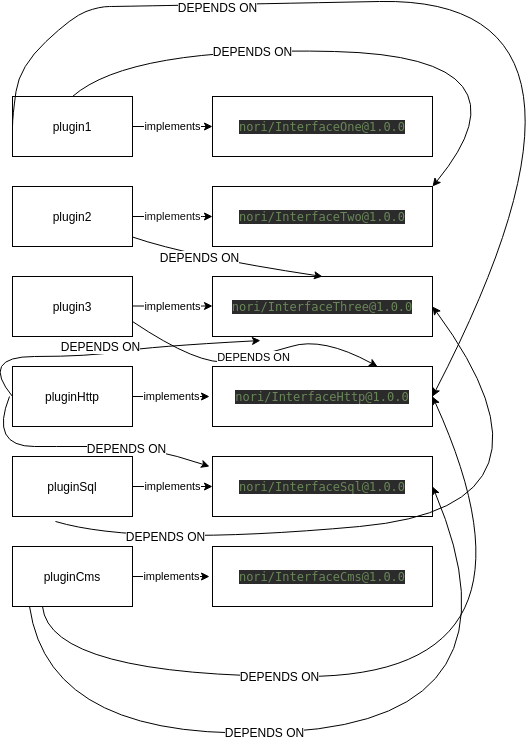
Earlier version of the draw.io export internal/dependency/schemes/TestDependencyGraph_SortWithRing2.png (secure2work/nori). Source tidied: cells renumbered, new cells last; positions are measured from the earlier drawing's top-left corner, leaving out a move shared by most shapes.
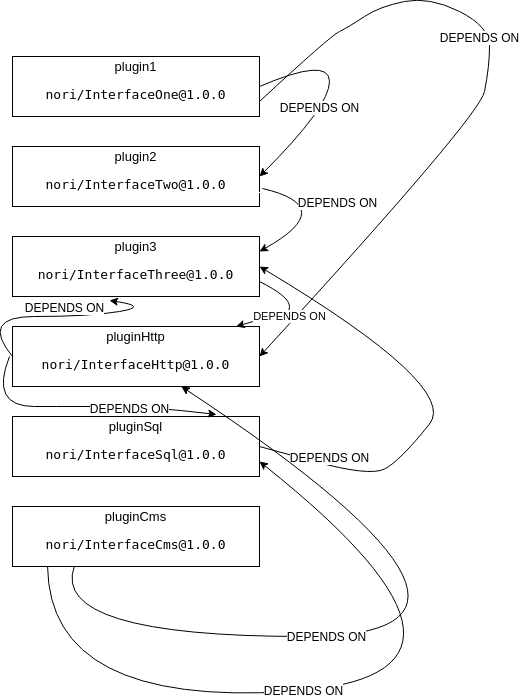
After the commit.

The edit, as a diff of the source:
```diff
@@ -2,105 +2,61 @@
   <root>
     <mxCell id="0" />
     <mxCell id="1" parent="0" />
-    <mxCell id="2" value="plugin1" style="rounded=0;whiteSpace=wrap;html=1;" parent="1" vertex="1">
-      <mxGeometry x="33" y="100" width="120" height="60" as="geometry" />
+    <mxCell id="2" value="plugin1&lt;br style=&quot;font-size: 13px;&quot;&gt;&lt;pre style=&quot;font-size: 13px; font-family: &amp;quot;dejavu sans mono&amp;quot;;&quot;&gt;&lt;span style=&quot;font-size: 13px;&quot;&gt;nori/InterfaceOne@1.0.0&lt;/span&gt;&lt;/pre&gt;" style="rounded=0;whiteSpace=wrap;html=1;labelBackgroundColor=#ffffff;fontColor=#000000;fontSize=13;" parent="1" vertex="1">
+      <mxGeometry x="33" y="100" width="247" height="60" as="geometry" />
     </mxCell>
-    <mxCell id="3" value="plugin2" style="rounded=0;whiteSpace=wrap;html=1;" parent="1" vertex="1">
-      <mxGeometry x="33" y="190" width="120" height="60" as="geometry" />
+    <mxCell id="3" value="plugin2&lt;br style=&quot;font-size: 13px;&quot;&gt;&lt;pre style=&quot;font-size: 13px; font-family: &amp;quot;dejavu sans mono&amp;quot;;&quot;&gt;&lt;span style=&quot;font-size: 13px;&quot;&gt;nori/InterfaceTwo@1.0.0&lt;/span&gt;&lt;/pre&gt;" style="rounded=0;whiteSpace=wrap;html=1;labelBackgroundColor=#ffffff;fontColor=#000000;fontSize=13;" parent="1" vertex="1">
+      <mxGeometry x="33" y="190" width="247" height="60" as="geometry" />
     </mxCell>
-    <mxCell id="4" value="plugin3" style="rounded=0;whiteSpace=wrap;html=1;" parent="1" vertex="1">
-      <mxGeometry x="33" y="280" width="120" height="60" as="geometry" />
+    <mxCell id="4" value="plugin3&lt;br style=&quot;font-size: 13px;&quot;&gt;&lt;pre style=&quot;font-size: 13px; font-family: &amp;quot;dejavu sans mono&amp;quot;;&quot;&gt;&lt;span style=&quot;font-size: 13px;&quot;&gt;nori/InterfaceThree@1.0.0&lt;/span&gt;&lt;/pre&gt;" style="rounded=0;whiteSpace=wrap;html=1;labelBackgroundColor=#ffffff;fontColor=#000000;fontSize=13;" parent="1" vertex="1">
+      <mxGeometry x="33" y="280" width="247" height="60" as="geometry" />
     </mxCell>
-    <mxCell id="5" value="pluginHttp" style="rounded=0;whiteSpace=wrap;html=1;" parent="1" vertex="1">
-      <mxGeometry x="33" y="370" width="120" height="60" as="geometry" />
+    <mxCell id="5" value="pluginHttp&lt;br style=&quot;font-size: 13px;&quot;&gt;&lt;pre style=&quot;font-size: 13px; font-family: &amp;quot;dejavu sans mono&amp;quot;;&quot;&gt;&lt;span style=&quot;font-size: 13px;&quot;&gt;nori/InterfaceHttp@1.0.0&lt;/span&gt;&lt;/pre&gt;" style="rounded=0;whiteSpace=wrap;html=1;labelBackgroundColor=#ffffff;fontColor=#000000;fontSize=13;" parent="1" vertex="1">
+      <mxGeometry x="33" y="370" width="247" height="60" as="geometry" />
     </mxCell>
-    <mxCell id="6" value="implements" style="endArrow=classic;html=1;exitX=1;exitY=0.5;exitDx=0;exitDy=0;" parent="1" edge="1" source="5">
-      <mxGeometry relative="1" as="geometry">
-        <mxPoint x="230" y="400" as="targetPoint" />
-      </mxGeometry>
-    </mxCell>
-    <mxCell id="7" value="&lt;pre style=&quot;background-color: rgb(43 , 43 , 43) ; font-family: &amp;#34;dejavu sans mono&amp;#34; ; font-size: 9pt&quot;&gt;&lt;pre style=&quot;color: rgb(169 , 183 , 198) ; font-family: &amp;#34;dejavu sans mono&amp;#34; ; font-size: 9pt&quot;&gt;&lt;pre style=&quot;font-family: &amp;#34;dejavu sans mono&amp;#34; ; font-size: 9pt&quot;&gt;&lt;span style=&quot;color: #6a8759&quot;&gt;nori/InterfaceOne@1.0.0&lt;/span&gt;&lt;/pre&gt;&lt;/pre&gt;&lt;/pre&gt;" style="rounded=0;html=1;fontColor=#FFFFFF;whiteSpace=wrap;" parent="1" vertex="1">
-      <mxGeometry x="233" y="100" width="220" height="60" as="geometry" />
-    </mxCell>
-    <mxCell id="8" value="implements" style="endArrow=classic;html=1;exitX=1;exitY=0.5;exitDx=0;exitDy=0;entryX=0;entryY=0.5;entryDx=0;entryDy=0;" parent="1" edge="1" source="2" target="7">
-      <mxGeometry relative="1" as="geometry" />
-    </mxCell>
     <mxCell id="9" value="Text" style="text;html=1;align=center;verticalAlign=middle;points=[];fontColor=#FFFFFF;" parent="1" vertex="1">
       <mxGeometry x="266" y="230" width="40" height="20" as="geometry" />
     </mxCell>
-    <mxCell id="10" value="&lt;pre style=&quot;background-color: rgb(43 , 43 , 43) ; font-family: &amp;#34;dejavu sans mono&amp;#34; ; font-size: 9pt&quot;&gt;&lt;pre style=&quot;color: rgb(169 , 183 , 198) ; font-family: &amp;#34;dejavu sans mono&amp;#34; ; font-size: 9pt&quot;&gt;&lt;pre style=&quot;font-family: &amp;#34;dejavu sans mono&amp;#34; ; font-size: 9pt&quot;&gt;&lt;span style=&quot;color: #6a8759&quot;&gt;nori/InterfaceTwo@1.0.0&lt;/span&gt;&lt;/pre&gt;&lt;/pre&gt;&lt;/pre&gt;" style="rounded=0;html=1;fontColor=#FFFFFF;whiteSpace=wrap;" parent="1" vertex="1">
-      <mxGeometry x="233" y="190" width="220" height="60" as="geometry" />
-    </mxCell>
-    <mxCell id="11" value="&lt;pre style=&quot;background-color: rgb(43 , 43 , 43) ; font-family: &amp;#34;dejavu sans mono&amp;#34; ; font-size: 9pt&quot;&gt;&lt;pre style=&quot;color: rgb(169 , 183 , 198) ; font-family: &amp;#34;dejavu sans mono&amp;#34; ; font-size: 9pt&quot;&gt;&lt;pre style=&quot;font-family: &amp;#34;dejavu sans mono&amp;#34; ; font-size: 9pt&quot;&gt;&lt;span style=&quot;color: #6a8759&quot;&gt;nori/InterfaceThree@1.0.0&lt;/span&gt;&lt;/pre&gt;&lt;/pre&gt;&lt;/pre&gt;" style="rounded=0;html=1;fontColor=#FFFFFF;whiteSpace=wrap;" parent="1" vertex="1">
-      <mxGeometry x="233" y="280" width="220" height="60" as="geometry" />
-    </mxCell>
-    <mxCell id="12" value="&lt;pre style=&quot;background-color: rgb(43 , 43 , 43) ; font-family: &amp;#34;dejavu sans mono&amp;#34; ; font-size: 9pt&quot;&gt;&lt;pre style=&quot;color: rgb(169 , 183 , 198) ; font-family: &amp;#34;dejavu sans mono&amp;#34; ; font-size: 9pt&quot;&gt;&lt;pre style=&quot;font-family: &amp;#34;dejavu sans mono&amp;#34; ; font-size: 9pt&quot;&gt;&lt;span style=&quot;color: #6a8759&quot;&gt;nori/InterfaceHttp@1.0.0&lt;/span&gt;&lt;/pre&gt;&lt;/pre&gt;&lt;/pre&gt;" style="rounded=0;html=1;fontColor=#FFFFFF;whiteSpace=wrap;" parent="1" vertex="1">
-      <mxGeometry x="233" y="370" width="220" height="60" as="geometry" />
-    </mxCell>
-    <mxCell id="13" value="implements" style="endArrow=classic;html=1;fontColor=#0F0F0F;exitX=1;exitY=0.5;exitDx=0;exitDy=0;entryX=0;entryY=0.5;entryDx=0;entryDy=0;" parent="1" edge="1" source="3" target="10">
-      <mxGeometry relative="1" as="geometry">
-        <Array as="points">
-          <mxPoint x="233" y="220" />
-        </Array>
-      </mxGeometry>
-    </mxCell>
-    <mxCell id="14" value="implements" style="endArrow=classic;html=1;fontColor=#000000;exitX=1;exitY=0.5;exitDx=0;exitDy=0;entryX=0;entryY=0.5;entryDx=0;entryDy=0;" parent="1" edge="1">
-      <mxGeometry relative="1" as="geometry">
-        <mxPoint x="153" y="309.5" as="sourcePoint" />
-        <mxPoint x="233" y="309.5" as="targetPoint" />
-        <Array as="points">
-          <mxPoint x="233" y="309.5" />
-        </Array>
-      </mxGeometry>
-    </mxCell>
-    <mxCell id="15" value="pluginSql" style="rounded=0;whiteSpace=wrap;html=1;" parent="1" vertex="1">
-      <mxGeometry x="33" y="460" width="120" height="60" as="geometry" />
+    <mxCell id="15" value="pluginSql&lt;br style=&quot;font-size: 13px;&quot;&gt;&lt;pre style=&quot;font-size: 13px; font-family: &amp;quot;dejavu sans mono&amp;quot;;&quot;&gt;&lt;span style=&quot;font-size: 13px;&quot;&gt;nori/InterfaceSql@1.0.0&lt;/span&gt;&lt;/pre&gt;" style="rounded=0;whiteSpace=wrap;html=1;labelBackgroundColor=#ffffff;fontColor=#000000;fontSize=13;" parent="1" vertex="1">
+      <mxGeometry x="33" y="460" width="247" height="60" as="geometry" />
     </mxCell>
-    <mxCell id="16" value="implements" style="endArrow=classic;html=1;exitX=1;exitY=0.5;exitDx=0;exitDy=0;entryX=0;entryY=0.5;entryDx=0;entryDy=0;" parent="1" edge="1" source="15" target="17">
-      <mxGeometry relative="1" as="geometry" />
-    </mxCell>
-    <mxCell id="17" value="&lt;pre style=&quot;background-color: rgb(43 , 43 , 43) ; font-family: &amp;#34;dejavu sans mono&amp;#34; ; font-size: 9pt&quot;&gt;&lt;pre style=&quot;color: rgb(169 , 183 , 198) ; font-family: &amp;#34;dejavu sans mono&amp;#34; ; font-size: 9pt&quot;&gt;&lt;pre style=&quot;font-family: &amp;#34;dejavu sans mono&amp;#34; ; font-size: 9pt&quot;&gt;&lt;span style=&quot;color: #6a8759&quot;&gt;nori/InterfaceSql@1.0.0&lt;/span&gt;&lt;/pre&gt;&lt;/pre&gt;&lt;/pre&gt;" style="rounded=0;html=1;fontColor=#FFFFFF;whiteSpace=wrap;" parent="1" vertex="1">
-      <mxGeometry x="233" y="460" width="220" height="60" as="geometry" />
-    </mxCell>
-    <mxCell id="18" value="pluginCms" style="rounded=0;whiteSpace=wrap;html=1;" parent="1" vertex="1">
-      <mxGeometry x="33" y="550" width="120" height="60" as="geometry" />
+    <mxCell id="18" value="pluginCms&lt;br style=&quot;font-size: 13px;&quot;&gt;&lt;pre style=&quot;font-size: 13px; font-family: &amp;quot;dejavu sans mono&amp;quot;;&quot;&gt;&lt;span style=&quot;font-size: 13px;&quot;&gt;nori/InterfaceCms@1.0.0&lt;/span&gt;&lt;/pre&gt;" style="rounded=0;whiteSpace=wrap;html=1;labelBackgroundColor=#ffffff;fontColor=#000000;fontSize=13;" parent="1" vertex="1">
+      <mxGeometry x="33" y="550" width="247" height="60" as="geometry" />
     </mxCell>
-    <mxCell id="19" value="implements" style="endArrow=classic;html=1;exitX=1;exitY=0.5;exitDx=0;exitDy=0;" parent="1" edge="1" source="18">
-      <mxGeometry relative="1" as="geometry">
-        <mxPoint x="230" y="580" as="targetPoint" />
-      </mxGeometry>
-    </mxCell>
-    <mxCell id="20" value="&lt;pre style=&quot;background-color: rgb(43 , 43 , 43) ; font-family: &amp;#34;dejavu sans mono&amp;#34; ; font-size: 9pt&quot;&gt;&lt;pre style=&quot;color: rgb(169 , 183 , 198) ; font-family: &amp;#34;dejavu sans mono&amp;#34; ; font-size: 9pt&quot;&gt;&lt;pre style=&quot;font-family: &amp;#34;dejavu sans mono&amp;#34; ; font-size: 9pt&quot;&gt;&lt;span style=&quot;color: #6a8759&quot;&gt;nori/InterfaceCms@1.0.0&lt;/span&gt;&lt;/pre&gt;&lt;/pre&gt;&lt;/pre&gt;" style="rounded=0;html=1;fontColor=#FFFFFF;whiteSpace=wrap;" parent="1" vertex="1">
-      <mxGeometry x="233" y="550" width="220" height="60" as="geometry" />
-    </mxCell>
-    <mxCell id="21" style="curved=1;endArrow=classic;html=1;exitX=0.5;exitY=0;exitDx=0;exitDy=0;entryX=1;entryY=0;entryDx=0;entryDy=0;" parent="1" edge="1" source="2" target="10">
+    <mxCell id="21" style="curved=1;endArrow=classic;html=1;exitX=1;exitY=0.5;exitDx=0;exitDy=0;entryX=1;entryY=0.5;entryDx=0;entryDy=0;" parent="1" edge="1" source="2" target="3">
       <mxGeometry relative="1" as="geometry">
         <Array as="points">
-          <mxPoint x="150" y="50" />
-          <mxPoint x="560" y="60" />
+          <mxPoint x="350" y="100" />
+          <mxPoint x="350" y="150" />
         </Array>
       </mxGeometry>
     </mxCell>
     <mxCell id="22" value="DEPENDS ON" style="text;html=1;align=center;verticalAlign=middle;labelBackgroundColor=#ffffff;" parent="21" vertex="1">
-      <mxGeometry x="-0.4" y="-2" relative="1" as="geometry" />
+      <mxGeometry x="-0.4" y="-2" relative="1" as="geometry">
+        <mxPoint x="-3.3" y="45" as="offset" />
+      </mxGeometry>
     </mxCell>
-    <mxCell id="23" style="curved=1;endArrow=classic;html=1;exitX=0;exitY=0.5;exitDx=0;exitDy=0;entryX=1;entryY=0.5;entryDx=0;entryDy=0;" parent="1" edge="1" source="2" target="12">
+    <mxCell id="23" style="curved=1;endArrow=classic;html=1;exitX=1;exitY=0.75;exitDx=0;exitDy=0;entryX=1;entryY=0.5;entryDx=0;entryDy=0;" parent="1" edge="1" source="2" target="5">
       <mxGeometry relative="1" as="geometry">
         <Array as="points">
-          <mxPoint x="33" y="120" />
-          <mxPoint x="40" y="70" />
-          <mxPoint x="93" y="20" />
-          <mxPoint x="120" y="10" />
-          <mxPoint x="140" y="10" />
-          <mxPoint x="660" />
+          <mxPoint x="350" y="80" />
+          <mxPoint x="370" y="70" />
+          <mxPoint x="400" y="50" />
+          <mxPoint x="450" y="40" />
+          <mxPoint x="510" y="70" />
+          <mxPoint x="510" y="110" />
+          <mxPoint x="500" y="160" />
         </Array>
       </mxGeometry>
     </mxCell>
     <mxCell id="24" value="DEPENDS ON" style="text;html=1;align=center;verticalAlign=middle;labelBackgroundColor=#ffffff;" parent="23" vertex="1">
-      <mxGeometry x="-0.51" y="-2" relative="1" as="geometry" />
+      <mxGeometry x="-0.51" y="-2" relative="1" as="geometry">
+        <mxPoint x="86.8" y="30.6" as="offset" />
+      </mxGeometry>
     </mxCell>
-    <mxCell id="25" style="curved=1;endArrow=classic;html=1;exitX=0;exitY=0.5;exitDx=0;exitDy=0;entryX=0.218;entryY=1.067;entryDx=0;entryDy=0;entryPerimeter=0;" parent="1" edge="1" source="5" target="11">
+    <mxCell id="25" style="curved=1;endArrow=classic;html=1;exitX=0;exitY=0.5;exitDx=0;exitDy=0;" parent="1" edge="1" source="5">
       <mxGeometry relative="1" as="geometry">
+        <mxPoint x="130" y="344" as="targetPoint" />
         <Array as="points">
           <mxPoint y="360" />
           <mxPoint x="110" y="360" />
@@ -113,10 +69,9 @@
         <mxPoint x="6.6" y="-11.5" as="offset" />
       </mxGeometry>
     </mxCell>
-    <mxCell id="27" style="curved=1;endArrow=classic;html=1;" parent="1" edge="1">
+    <mxCell id="27" style="curved=1;endArrow=classic;html=1;entryX=0.826;entryY=-0.033;entryDx=0;entryDy=0;entryPerimeter=0;" parent="1" edge="1" target="15">
       <mxGeometry relative="1" as="geometry">
         <mxPoint x="30" y="400" as="sourcePoint" />
-        <mxPoint x="230" y="470" as="targetPoint" />
         <Array as="points">
           <mxPoint x="10" y="450" />
           <mxPoint x="100" y="450" />
@@ -127,28 +82,33 @@
     <mxCell id="28" value="DEPENDS ON" style="text;html=1;align=center;verticalAlign=middle;labelBackgroundColor=#ffffff;" parent="27" vertex="1">
       <mxGeometry x="0.37" y="-1" relative="1" as="geometry" />
     </mxCell>
-    <mxCell id="29" style="curved=1;endArrow=classic;html=1;entryX=0.5;entryY=0;entryDx=0;entryDy=0;" parent="1" edge="1" source="3" target="11">
+    <mxCell id="29" style="curved=1;endArrow=classic;html=1;entryX=1;entryY=0.25;entryDx=0;entryDy=0;exitX=0.425;exitY=0.1;exitDx=0;exitDy=0;exitPerimeter=0;" parent="1" edge="1" source="9" target="4">
       <mxGeometry relative="1" as="geometry">
         <Array as="points">
-          <mxPoint x="210" y="260" />
+          <mxPoint x="360" y="250" />
         </Array>
       </mxGeometry>
     </mxCell>
     <mxCell id="30" value="DEPENDS ON" style="text;html=1;align=center;verticalAlign=middle;labelBackgroundColor=#ffffff;" parent="29" vertex="1">
-      <mxGeometry x="-0.28" y="1" relative="1" as="geometry" />
+      <mxGeometry x="-0.28" y="1" relative="1" as="geometry">
+        <mxPoint x="14.1" as="offset" />
+      </mxGeometry>
     </mxCell>
-    <mxCell id="31" style="curved=1;endArrow=classic;html=1;exitX=0.358;exitY=1.083;exitDx=0;exitDy=0;exitPerimeter=0;entryX=1;entryY=0.5;entryDx=0;entryDy=0;" parent="1" edge="1" source="15" target="11">
+    <mxCell id="31" style="curved=1;endArrow=classic;html=1;entryX=1;entryY=0.5;entryDx=0;entryDy=0;" parent="1" edge="1" target="4">
       <mxGeometry relative="1" as="geometry">
+        <mxPoint x="280" y="490" as="sourcePoint" />
         <Array as="points">
-          <mxPoint x="160" y="550" />
-          <mxPoint x="600" y="510" />
+          <mxPoint x="280" y="490" />
+          <mxPoint x="390" y="520" />
+          <mxPoint x="420" y="505" />
+          <mxPoint x="480" y="430" />
         </Array>
       </mxGeometry>
     </mxCell>
     <mxCell id="32" value="DEPENDS ON" style="text;html=1;align=center;verticalAlign=middle;labelBackgroundColor=#ffffff;" parent="31" vertex="1">
       <mxGeometry x="-0.71" y="8" relative="1" as="geometry" />
     </mxCell>
-    <mxCell id="33" style="curved=1;endArrow=classic;html=1;exitX=0.25;exitY=1;exitDx=0;exitDy=0;entryX=1;entryY=0.5;entryDx=0;entryDy=0;" parent="1" edge="1" source="18" target="12">
+    <mxCell id="33" style="curved=1;endArrow=classic;html=1;exitX=0.25;exitY=1;exitDx=0;exitDy=0;" parent="1" edge="1" source="18" target="5">
       <mxGeometry relative="1" as="geometry">
         <Array as="points">
           <mxPoint x="70" y="680" />
@@ -159,7 +119,7 @@
     <mxCell id="34" value="DEPENDS ON" style="text;html=1;align=center;verticalAlign=middle;labelBackgroundColor=#ffffff;" parent="33" vertex="1">
       <mxGeometry x="-0.32" y="1" relative="1" as="geometry" />
     </mxCell>
-    <mxCell id="35" style="curved=1;endArrow=classic;html=1;exitX=0.142;exitY=1;exitDx=0;exitDy=0;exitPerimeter=0;entryX=1;entryY=0.5;entryDx=0;entryDy=0;" parent="1" edge="1" source="18" target="17">
+    <mxCell id="35" style="curved=1;endArrow=classic;html=1;exitX=0.142;exitY=1;exitDx=0;exitDy=0;exitPerimeter=0;entryX=1;entryY=0.75;entryDx=0;entryDy=0;" parent="1" edge="1" source="18" target="15">
       <mxGeometry relative="1" as="geometry">
         <Array as="points">
           <mxPoint x="70" y="750" />
@@ -170,12 +130,12 @@
     <mxCell id="36" value="DEPENDS ON" style="text;html=1;align=center;verticalAlign=middle;labelBackgroundColor=#ffffff;" parent="35" vertex="1">
       <mxGeometry x="-0.18" y="1" relative="1" as="geometry" />
     </mxCell>
-    <mxCell id="37" value="DEPENDS ON" style="curved=1;endArrow=classic;html=1;exitX=1;exitY=0.75;exitDx=0;exitDy=0;entryX=0.75;entryY=0;entryDx=0;entryDy=0;" parent="1" edge="1" source="4" target="12">
+    <mxCell id="37" value="DEPENDS ON" style="curved=1;endArrow=classic;html=1;exitX=1;exitY=0.75;exitDx=0;exitDy=0;" parent="1" edge="1" source="4" target="5">
       <mxGeometry relative="1" as="geometry">
         <Array as="points">
-          <mxPoint x="220" y="370" />
-          <mxPoint x="280" y="360" />
-          <mxPoint x="343" y="340" />
+          <mxPoint x="310" y="340" />
+          <mxPoint x="310" y="360" />
+          <mxPoint x="290" y="360" />
         </Array>
       </mxGeometry>
     </mxCell>
```
